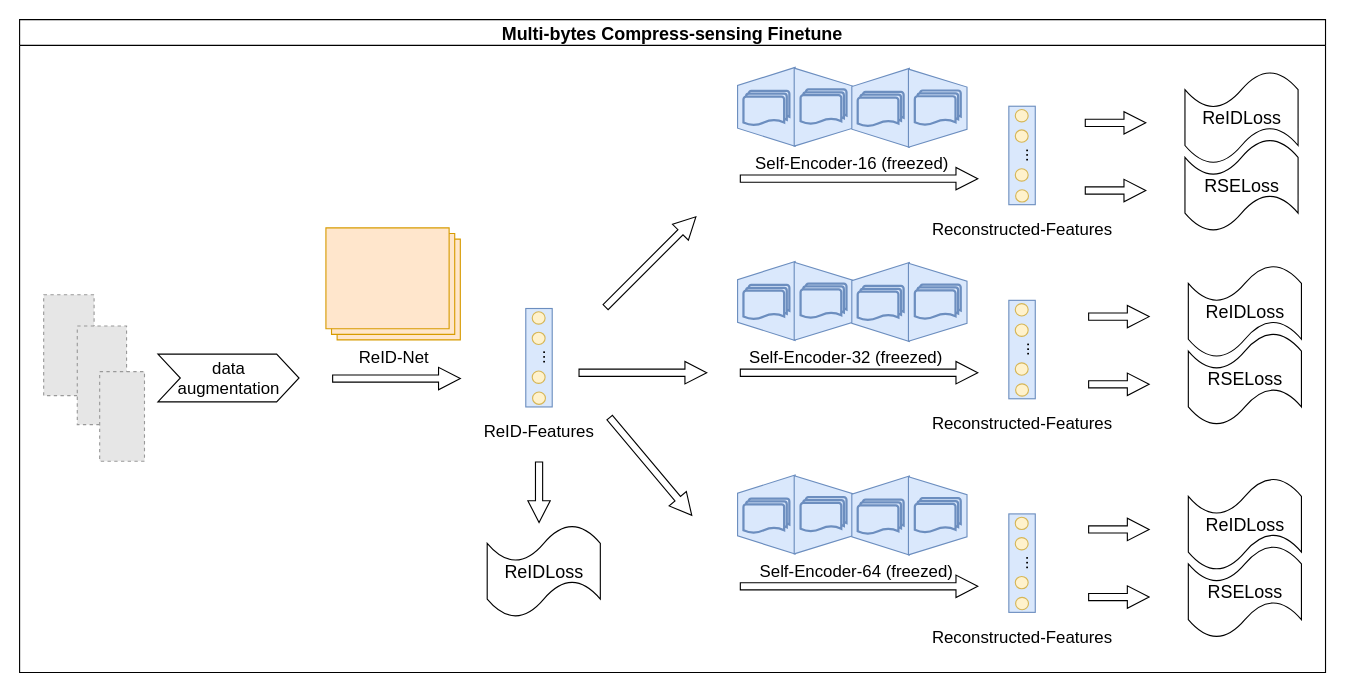
Before: naic21.joint.ensemble.drawio in Wu-Xiang123/Hello-GItHub, a draw.io diagram. Source tidied: cells renumbered, new cells numbered last; positions are measured from the earlier drawing's top-left corner, leaving out a move shared by most shapes. Both pictures are drawn from the tidied source at 112%, with x=0, y=0 at pixel (19, 19). Pictures stored in the file or linked from it are replaced by grey dashed boxes.
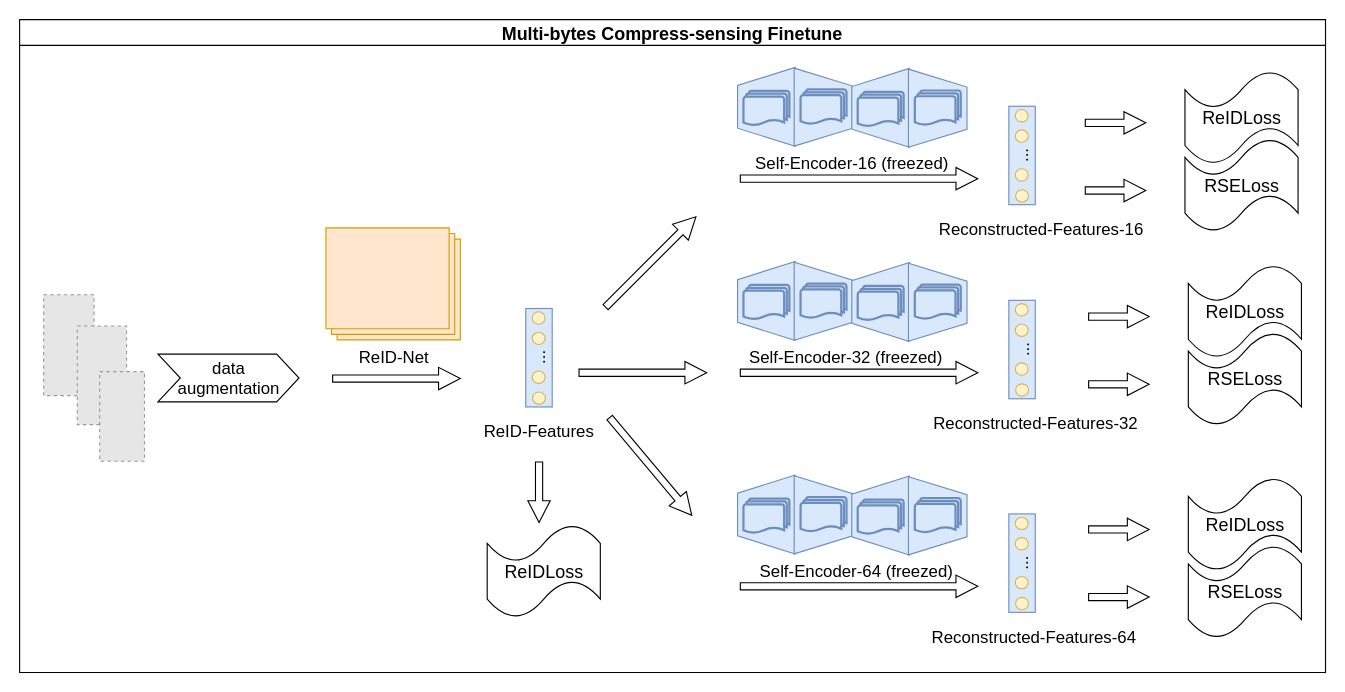
The same page after the edit.

The change refers to these unchanged cells:
```xml
<mxCell id="2" value="Multi-bytes Compress-sensing Finetune" style="swimlane;fontSize=16;" parent="1" vertex="1">
  <mxGeometry width="1166" height="583" as="geometry" />
</mxCell>
```

What changed in the source:
```diff
@@
-    <mxCell id="26" value="&lt;font style=&quot;font-size: 15px; line-height: 1;&quot;&gt;Reconstructed-Features&lt;br style=&quot;font-size: 15px;&quot;&gt;&lt;/font&gt;" style="text;html=1;align=center;verticalAlign=middle;whiteSpace=wrap;rounded=0;fontSize=15;" parent="2" vertex="1">
-      <mxGeometry x="812.5" y="171.7" width="165" height="30" as="geometry" />
+    <mxCell id="26" value="&lt;font style=&quot;font-size: 15px; line-height: 1;&quot;&gt;Reconstructed-Features-16&lt;br style=&quot;font-size: 15px;&quot;&gt;&lt;/font&gt;" style="text;html=1;align=center;verticalAlign=middle;whiteSpace=wrap;rounded=0;fontSize=15;" parent="2" vertex="1">
+      <mxGeometry x="812.5" y="171.7" width="198.5" height="30" as="geometry" />
     </mxCell>
@@
-    <mxCell id="49" value="&lt;font style=&quot;font-size: 15px; line-height: 1;&quot;&gt;Reconstructed-Features&lt;br style=&quot;font-size: 15px;&quot;&gt;&lt;/font&gt;" style="text;html=1;align=center;verticalAlign=middle;whiteSpace=wrap;rounded=0;fontSize=15;" parent="2" vertex="1">
-      <mxGeometry x="812.5" y="345" width="165" height="30" as="geometry" />
+    <mxCell id="49" value="&lt;font style=&quot;font-size: 15px; line-height: 1;&quot;&gt;Reconstructed-Features-32&lt;br style=&quot;font-size: 15px;&quot;&gt;&lt;/font&gt;" style="text;html=1;align=center;verticalAlign=middle;whiteSpace=wrap;rounded=0;fontSize=15;" parent="2" vertex="1">
+      <mxGeometry x="812.5" y="345" width="188.5" height="30" as="geometry" />
     </mxCell>
@@
-    <mxCell id="70" value="&lt;font style=&quot;font-size: 15px; line-height: 1;&quot;&gt;Reconstructed-Features&lt;br style=&quot;font-size: 15px;&quot;&gt;&lt;/font&gt;" style="text;html=1;align=center;verticalAlign=middle;whiteSpace=wrap;rounded=0;fontSize=15;" parent="2" vertex="1">
-      <mxGeometry x="812.5" y="535.7" width="165" height="30" as="geometry" />
+    <mxCell id="70" value="&lt;font style=&quot;font-size: 15px; line-height: 1;&quot;&gt;Reconstructed-Features-64&lt;br style=&quot;font-size: 15px;&quot;&gt;&lt;/font&gt;" style="text;html=1;align=center;verticalAlign=middle;whiteSpace=wrap;rounded=0;fontSize=15;" parent="2" vertex="1">
+      <mxGeometry x="812.5" y="535.7" width="185.5" height="30" as="geometry" />
     </mxCell>
```
